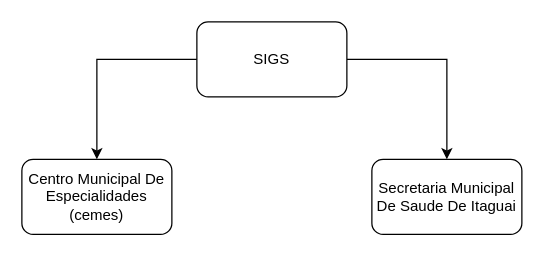
The draw.io diagram SIGS.drawio in vsiago/ai, before the edit. Source tidied: cells renumbered, new cells numbered last; positions are measured from the earlier drawing's top-left corner, leaving out a move shared by most shapes. Both pictures are drawn from the tidied source at 125%, with x=0, y=0 at pixel (21, 21).
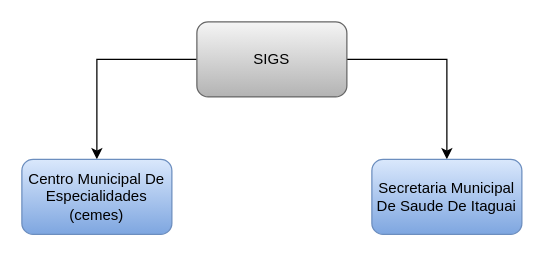
Above is the later version.

Change to the diagram source:
```diff
@@
 <mxGraphModel>
   <root>
     <mxCell id="0" />
     <mxCell id="1" parent="0" />
     <mxCell id="2" style="edgeStyle=orthogonalEdgeStyle;rounded=0;jettySize=auto;html=1;" parent="1" edge="1" source="4" target="5">
       <mxGeometry relative="1" as="geometry" />
     </mxCell>
     <mxCell id="3" style="edgeStyle=orthogonalEdgeStyle;rounded=0;jettySize=auto;html=1;" parent="1" edge="1" source="4" target="6">
       <mxGeometry relative="1" as="geometry" />
     </mxCell>
-    <mxCell id="4" value="SIGS" style="rounded=1;whiteSpace=wrap;html=1;" parent="1" vertex="1">
+    <mxCell id="4" value="SIGS" style="rounded=1;whiteSpace=wrap;html=1;fillColor=#f5f5f5;gradientColor=#b3b3b3;strokeColor=#666666;" parent="1" vertex="1">
       <mxGeometry x="140" width="120" height="60" as="geometry" />
     </mxCell>
-    <mxCell id="5" value="Centro Municipal De Especialidades (cemes)" style="rounded=1;whiteSpace=wrap;html=1;" parent="1" vertex="1">
+    <mxCell id="5" value="Centro Municipal De Especialidades (cemes)" style="rounded=1;whiteSpace=wrap;html=1;fillColor=#dae8fc;gradientColor=#7ea6e0;strokeColor=#6c8ebf;" parent="1" vertex="1">
       <mxGeometry y="110" width="120" height="60" as="geometry" />
     </mxCell>
-    <mxCell id="6" value="Secretaria Municipal De Saude De Itaguai" style="rounded=1;whiteSpace=wrap;html=1;" parent="1" vertex="1">
+    <mxCell id="6" value="Secretaria Municipal De Saude De Itaguai" style="rounded=1;whiteSpace=wrap;html=1;fillColor=#dae8fc;gradientColor=#7ea6e0;strokeColor=#6c8ebf;" parent="1" vertex="1">
       <mxGeometry x="280" y="110" width="120" height="60" as="geometry" />
     </mxCell>
   </root>
 </mxGraphModel>
```
